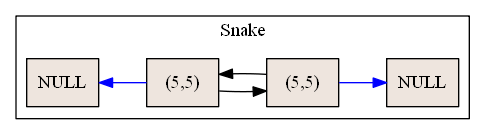
Eduardo01004/-EDD-_1S2019_P1_201612124 keeps this Graphviz diagram as ListaDobleSnake.png. Above is the earlier version. Its source is kept beside it as ListaDobleSnake.dot.
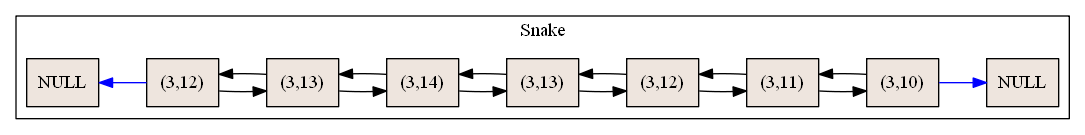
After the commit.

Commit message:
Reportes de salida de la pila y la snake listos

The edit, as a diff of the source:
```diff
@@ -2,13 +2,28 @@
  subgraph cluster3{
 label="Snake";
 h[shape=record, style=filled, fillcolor=seashell2,label="NULL"];
-1911717[shape=record, style=filled, fillcolor=seashell2,label="(5,5)"];
-h->1911717[dir=back color="blue"]
-1911717[shape=record, style=filled, fillcolor=seashell2,label="(5,5)"];
-1911717->1911731
-1911731->1911717
-1911731[shape=record, style=filled, fillcolor=seashell2,label="(5,5)"];
+936195[shape=record, style=filled, fillcolor=seashell2,label="(3,12)"];
+h->936195[dir=back color="blue"]
+936195[shape=record, style=filled, fillcolor=seashell2,label="(3,12)"];
+936195->936211
+936211->936195
+936211[shape=record, style=filled, fillcolor=seashell2,label="(3,13)"];
+936211->936199
+936199->936211
+936199[shape=record, style=filled, fillcolor=seashell2,label="(3,14)"];
+936199->936207
+936207->936199
+936207[shape=record, style=filled, fillcolor=seashell2,label="(3,13)"];
+936207->936215
+936215->936207
+936215[shape=record, style=filled, fillcolor=seashell2,label="(3,12)"];
+936215->930325
+930325->936215
+930325[shape=record, style=filled, fillcolor=seashell2,label="(3,11)"];
+930325->928829
+928829->930325
+928829[shape=record, style=filled, fillcolor=seashell2,label="(3,10)"];
 null[shape=record, style=filled, fillcolor=seashell2,label="NULL"];
-1911731->null[ color="blue"]
+928829->null[ color="blue"]
 }
 }
```
